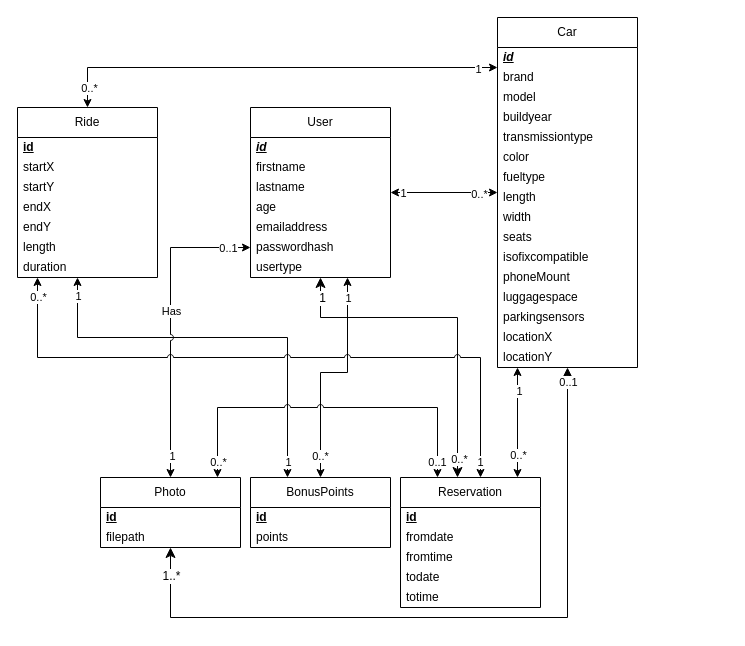
Earlier version of the draw.io diagram documents/ERD/LEAFCAR-ERD.drawio (RubenLeenknegt/JoyRide-API). Source tidied: cells renumbered, new cells numbered last; positions are measured from the earlier drawing's top-left corner, leaving out a move shared by most shapes. Both pictures are drawn from the tidied source at 100%, with x=0, y=0 at pixel (17, 17).
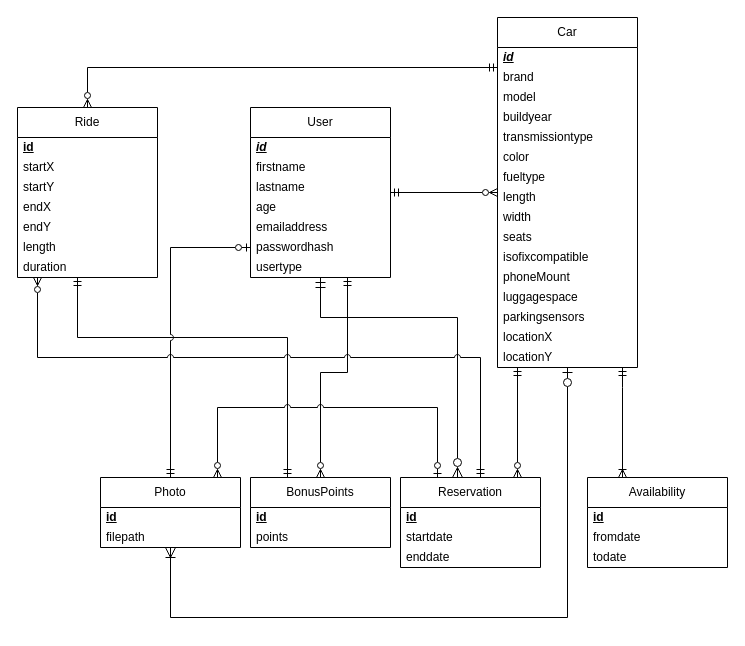
The same diagram, later.

Commit message:
LEAF-61 updated cardinality to use correct simbols and added/updated the availability table and reservation table

The change refers to these unchanged cells:
```xml
<mxCell id="5" value="Ride" style="swimlane;fontStyle=0;horizontal=1;startSize=30;whiteSpace=wrap;html=1;" parent="1" vertex="1">
  <mxGeometry y="90" width="140" height="170" as="geometry" />
</mxCell>
<mxCell id="26" value="User" style="swimlane;fontStyle=0;horizontal=1;startSize=30;whiteSpace=wrap;html=1;" parent="1" vertex="1">
  <mxGeometry x="233" y="90" width="140" height="170" as="geometry" />
</mxCell>
<mxCell id="37" value="Photo" style="swimlane;fontStyle=0;horizontal=1;startSize=30;whiteSpace=wrap;html=1;" parent="1" vertex="1">
  <mxGeometry x="83" y="460" width="140" height="70" as="geometry" />
</mxCell>
<mxCell id="40" value="BonusPoints" style="swimlane;fontStyle=0;horizontal=1;startSize=30;whiteSpace=wrap;html=1;" parent="1" vertex="1">
  <mxGeometry x="233" y="460" width="140" height="70" as="geometry" />
</mxCell>
<mxCell id="52" value="Car" style="swimlane;fontStyle=0;horizontal=1;startSize=30;whiteSpace=wrap;html=1;" parent="1" vertex="1">
  <mxGeometry x="480" width="140" height="350" as="geometry" />
</mxCell>
```

The edit, as a diff of the source:
```diff
@@
-    <mxCell id="2" style="edgeStyle=orthogonalEdgeStyle;shape=connector;rounded=0;jumpStyle=arc;jettySize=auto;html=1;strokeColor=default;align=center;verticalAlign=middle;fontFamily=Helvetica;fontSize=11;fontColor=default;labelBackgroundColor=default;startArrow=classic;startFill=1;endArrow=classic;" parent="1" edge="1" source="5" target="40">
+    <mxCell id="2" style="edgeStyle=orthogonalEdgeStyle;shape=connector;rounded=0;jumpStyle=arc;jettySize=auto;html=1;strokeColor=default;align=center;verticalAlign=middle;fontFamily=Helvetica;fontSize=11;fontColor=default;labelBackgroundColor=default;startArrow=ERmandOne;startFill=0;endArrow=ERmandOne;endFill=0;" parent="1" edge="1" source="5" target="40">
       <mxGeometry relative="1" as="geometry">
         <Array as="points">
           <mxPoint x="60" y="320" />
           <mxPoint x="270" y="320" />
         </Array>
       </mxGeometry>
     </mxCell>
-    <mxCell id="3" value="1" style="edgeLabel;html=1;align=center;verticalAlign=middle;fontFamily=Helvetica;fontSize=11;fontColor=default;labelBackgroundColor=default;" parent="2" vertex="1">
-      <mxGeometry x="-0.91" relative="1" as="geometry" />
-    </mxCell>
-    <mxCell id="4" value="1" style="edgeLabel;html=1;align=center;verticalAlign=middle;fontFamily=Helvetica;fontSize=11;fontColor=default;labelBackgroundColor=default;" parent="2" vertex="1">
-      <mxGeometry x="0.92" relative="1" as="geometry" />
-    </mxCell>
@@
-    <mxCell id="13" style="edgeStyle=orthogonalEdgeStyle;rounded=0;jettySize=auto;html=1;entryX=0.5;entryY=0;entryDx=0;entryDy=0;startArrow=classic;startFill=1;jumpStyle=arc;" parent="1" edge="1" source="26" target="37">
+    <mxCell id="13" style="edgeStyle=orthogonalEdgeStyle;rounded=0;jettySize=auto;html=1;entryX=0.5;entryY=0;entryDx=0;entryDy=0;startArrow=ERzeroToOne;startFill=0;jumpStyle=arc;endArrow=ERmandOne;endFill=0;" parent="1" edge="1" source="26" target="37">
       <mxGeometry relative="1" as="geometry">
         <Array as="points">
           <mxPoint x="153" y="230" />
         </Array>
       </mxGeometry>
     </mxCell>
-    <mxCell id="14" value="1" style="edgeLabel;html=1;align=center;verticalAlign=middle;" parent="13" vertex="1">
-      <mxGeometry x="0.86" y="1" relative="1" as="geometry" />
-    </mxCell>
-    <mxCell id="15" value="0..1" style="edgeLabel;html=1;align=center;verticalAlign=middle;" parent="13" vertex="1">
-      <mxGeometry x="-0.95" y="-1" relative="1" as="geometry">
-        <mxPoint x="-15" y="1" as="offset" />
-      </mxGeometry>
-    </mxCell>
-    <mxCell id="16" value="Has" style="edgeLabel;html=1;align=center;verticalAlign=middle;" parent="13" vertex="1">
-      <mxGeometry x="-0.08" relative="1" as="geometry" />
-    </mxCell>
-    <mxCell id="17" style="edgeStyle=orthogonalEdgeStyle;shape=connector;rounded=0;jumpStyle=arc;jettySize=auto;html=1;strokeColor=default;align=center;verticalAlign=middle;fontFamily=Helvetica;fontSize=11;fontColor=default;labelBackgroundColor=default;startArrow=classic;startFill=1;endArrow=classic;" parent="1" edge="1" source="26" target="52">
+    <mxCell id="17" style="edgeStyle=orthogonalEdgeStyle;shape=connector;rounded=0;jumpStyle=arc;jettySize=auto;html=1;strokeColor=default;align=center;verticalAlign=middle;fontFamily=Helvetica;fontSize=11;fontColor=default;labelBackgroundColor=default;startArrow=ERmandOne;startFill=0;endArrow=ERzeroToMany;endFill=0;" parent="1" edge="1" source="26" target="52">
       <mxGeometry relative="1" as="geometry" />
     </mxCell>
-    <mxCell id="18" value="1" style="edgeLabel;html=1;align=center;verticalAlign=middle;fontFamily=Helvetica;fontSize=11;fontColor=default;labelBackgroundColor=default;" parent="17" vertex="1">
-      <mxGeometry x="-0.77" relative="1" as="geometry" />
-    </mxCell>
-    <mxCell id="19" value="0..*" style="edgeLabel;html=1;align=center;verticalAlign=middle;fontFamily=Helvetica;fontSize=11;fontColor=default;labelBackgroundColor=default;" parent="17" vertex="1">
-      <mxGeometry x="0.78" y="-1" relative="1" as="geometry">
-        <mxPoint x="-7" as="offset" />
-      </mxGeometry>
-    </mxCell>
-    <mxCell id="20" style="edgeStyle=orthogonalEdgeStyle;shape=connector;rounded=0;jumpStyle=arc;jettySize=auto;html=1;entryX=0.5;entryY=0;entryDx=0;entryDy=0;strokeColor=default;align=center;verticalAlign=middle;fontFamily=Helvetica;fontSize=11;fontColor=default;labelBackgroundColor=default;startArrow=classic;startFill=1;endArrow=classic;" parent="1" edge="1" source="26" target="40">
+    <mxCell id="20" style="edgeStyle=orthogonalEdgeStyle;shape=connector;rounded=0;jumpStyle=arc;jettySize=auto;html=1;entryX=0.5;entryY=0;entryDx=0;entryDy=0;strokeColor=default;align=center;verticalAlign=middle;fontFamily=Helvetica;fontSize=11;fontColor=default;labelBackgroundColor=default;startArrow=ERmandOne;startFill=0;endArrow=ERzeroToMany;endFill=0;" parent="1" edge="1" source="26" target="40">
       <mxGeometry relative="1" as="geometry">
         <Array as="points">
           <mxPoint x="330" y="355" />
           <mxPoint x="303" y="355" />
         </Array>
       </mxGeometry>
     </mxCell>
-    <mxCell id="21" value="1" style="edgeLabel;html=1;align=center;verticalAlign=middle;fontFamily=Helvetica;fontSize=11;fontColor=default;labelBackgroundColor=default;" parent="20" vertex="1">
-      <mxGeometry x="-0.82" relative="1" as="geometry" />
-    </mxCell>
-    <mxCell id="22" value="0..*" style="edgeLabel;html=1;align=center;verticalAlign=middle;fontFamily=Helvetica;fontSize=11;fontColor=default;labelBackgroundColor=default;" parent="20" vertex="1">
-      <mxGeometry x="0.81" y="-1" relative="1" as="geometry" />
-    </mxCell>
-    <mxCell id="23" style="edgeStyle=orthogonalEdgeStyle;rounded=0;jettySize=auto;html=1;fontSize=12;startSize=8;endSize=8;startArrow=classic;startFill=1;" parent="1" edge="1" source="26" target="72">
+    <mxCell id="23" style="edgeStyle=orthogonalEdgeStyle;rounded=0;jettySize=auto;html=1;fontSize=12;startSize=8;endSize=8;startArrow=ERmandOne;startFill=0;endArrow=ERzeroToMany;endFill=0;" parent="1" edge="1" source="26" target="72">
       <mxGeometry relative="1" as="geometry">
         <Array as="points">
           <mxPoint x="303" y="300" />
           <mxPoint x="440" y="300" />
         </Array>
       </mxGeometry>
     </mxCell>
-    <mxCell id="24" value="0..*" style="edgeLabel;html=1;align=center;verticalAlign=middle;fontSize=11;fontFamily=Helvetica;fontColor=default;labelBackgroundColor=default;fillColor=none;gradientColor=none;" parent="23" vertex="1">
-      <mxGeometry x="0.89" y="1" relative="1" as="geometry" />
-    </mxCell>
-    <mxCell id="25" value="1" style="edgeLabel;html=1;align=center;verticalAlign=middle;fontSize=12;fontFamily=Helvetica;fontColor=default;labelBackgroundColor=default;" parent="23" vertex="1">
-      <mxGeometry x="-0.88" y="1" relative="1" as="geometry" />
-    </mxCell>
@@
-    <mxCell id="34" style="edgeStyle=orthogonalEdgeStyle;shape=connector;rounded=0;jumpStyle=arc;jettySize=auto;html=1;strokeColor=default;align=center;verticalAlign=middle;fontFamily=Helvetica;fontSize=11;fontColor=default;labelBackgroundColor=default;startArrow=classic;startFill=1;endArrow=classic;" parent="1" edge="1" source="37" target="72">
+    <mxCell id="34" style="edgeStyle=orthogonalEdgeStyle;shape=connector;rounded=0;jumpStyle=arc;jettySize=auto;html=1;strokeColor=default;align=center;verticalAlign=middle;fontFamily=Helvetica;fontSize=11;fontColor=default;labelBackgroundColor=default;startArrow=ERzeroToMany;startFill=0;endArrow=ERzeroToOne;endFill=0;" parent="1" edge="1" source="37" target="72">
       <mxGeometry relative="1" as="geometry">
         <Array as="points">
           <mxPoint x="200" y="390" />
           <mxPoint x="420" y="390" />
         </Array>
       </mxGeometry>
     </mxCell>
-    <mxCell id="35" value="0..*" style="edgeLabel;html=1;align=center;verticalAlign=middle;fontFamily=Helvetica;fontSize=11;fontColor=default;labelBackgroundColor=default;" parent="34" vertex="1">
-      <mxGeometry x="-0.91" relative="1" as="geometry" />
-    </mxCell>
-    <mxCell id="36" value="0..1" style="edgeLabel;html=1;align=center;verticalAlign=middle;fontFamily=Helvetica;fontSize=11;fontColor=default;labelBackgroundColor=default;" parent="34" vertex="1">
-      <mxGeometry x="0.91" y="-1" relative="1" as="geometry" />
-    </mxCell>
@@
-    <mxCell id="43" style="edgeStyle=orthogonalEdgeStyle;shape=connector;rounded=0;jumpStyle=arc;jettySize=auto;html=1;strokeColor=default;align=center;verticalAlign=middle;fontFamily=Helvetica;fontSize=11;fontColor=default;labelBackgroundColor=default;startArrow=classic;startFill=1;endArrow=classic;" parent="1" edge="1" source="52" target="5">
+    <mxCell id="43" style="edgeStyle=orthogonalEdgeStyle;shape=connector;rounded=0;jumpStyle=arc;jettySize=auto;html=1;strokeColor=default;align=center;verticalAlign=middle;fontFamily=Helvetica;fontSize=11;fontColor=default;labelBackgroundColor=default;startArrow=ERmandOne;startFill=0;endArrow=ERzeroToMany;endFill=0;" parent="1" edge="1" source="52" target="5">
       <mxGeometry relative="1" as="geometry">
         <Array as="points">
           <mxPoint x="70" y="50" />
         </Array>
       </mxGeometry>
     </mxCell>
-    <mxCell id="44" value="1" style="edgeLabel;html=1;align=center;verticalAlign=middle;fontFamily=Helvetica;fontSize=11;fontColor=default;labelBackgroundColor=default;" parent="43" vertex="1">
-      <mxGeometry x="-0.91" y="1" relative="1" as="geometry" />
-    </mxCell>
-    <mxCell id="45" value="0..*" style="edgeLabel;html=1;align=center;verticalAlign=middle;fontFamily=Helvetica;fontSize=11;fontColor=default;labelBackgroundColor=default;" parent="43" vertex="1">
-      <mxGeometry x="0.91" y="1" relative="1" as="geometry" />
-    </mxCell>
-    <mxCell id="46" style="edgeStyle=orthogonalEdgeStyle;shape=connector;rounded=0;jumpStyle=arc;jettySize=auto;html=1;strokeColor=default;align=center;verticalAlign=middle;fontFamily=Helvetica;fontSize=11;fontColor=default;labelBackgroundColor=default;startArrow=classic;startFill=1;endArrow=classic;" parent="1" edge="1" source="52" target="72">
+    <mxCell id="46" style="edgeStyle=orthogonalEdgeStyle;shape=connector;rounded=0;jumpStyle=arc;jettySize=auto;html=1;strokeColor=default;align=center;verticalAlign=middle;fontFamily=Helvetica;fontSize=11;fontColor=default;labelBackgroundColor=default;startArrow=ERmandOne;startFill=0;endArrow=ERzeroToMany;endFill=0;" parent="1" edge="1" source="52" target="72">
       <mxGeometry relative="1" as="geometry">
         <Array as="points">
           <mxPoint x="500" y="440" />
           <mxPoint x="500" y="440" />
         </Array>
       </mxGeometry>
     </mxCell>
-    <mxCell id="47" value="0..*" style="edgeLabel;html=1;align=center;verticalAlign=middle;fontFamily=Helvetica;fontSize=11;fontColor=default;labelBackgroundColor=default;" parent="46" vertex="1">
-      <mxGeometry x="0.78" y="1" relative="1" as="geometry">
-        <mxPoint x="-1" y="-11" as="offset" />
-      </mxGeometry>
-    </mxCell>
-    <mxCell id="48" value="1" style="edgeLabel;html=1;align=center;verticalAlign=middle;fontFamily=Helvetica;fontSize=11;fontColor=default;labelBackgroundColor=default;" parent="46" vertex="1">
-      <mxGeometry x="-0.8" y="1" relative="1" as="geometry">
-        <mxPoint y="12" as="offset" />
-      </mxGeometry>
-    </mxCell>
-    <mxCell id="49" style="edgeStyle=orthogonalEdgeStyle;rounded=0;jettySize=auto;html=1;fontSize=12;startSize=8;endSize=8;startArrow=classic;startFill=1;" parent="1" edge="1" source="52" target="37">
+    <mxCell id="49" style="edgeStyle=orthogonalEdgeStyle;rounded=0;jettySize=auto;html=1;fontSize=12;startSize=8;endSize=8;startArrow=ERzeroToOne;startFill=0;endArrow=ERoneToMany;endFill=0;" parent="1" edge="1" source="52" target="37">
       <mxGeometry relative="1" as="geometry">
         <Array as="points">
           <mxPoint x="550" y="600" />
           <mxPoint x="153" y="600" />
         </Array>
       </mxGeometry>
     </mxCell>
-    <mxCell id="50" value="1..*" style="edgeLabel;html=1;align=center;verticalAlign=middle;fontSize=12;" parent="49" vertex="1">
-      <mxGeometry x="0.96" relative="1" as="geometry">
-        <mxPoint y="14" as="offset" />
-      </mxGeometry>
-    </mxCell>
-    <mxCell id="51" value="0..1" style="edgeLabel;html=1;align=center;verticalAlign=middle;fontSize=11;fontFamily=Helvetica;fontColor=default;labelBackgroundColor=default;fillColor=none;gradientColor=none;" parent="49" vertex="1">
-      <mxGeometry x="-0.96" relative="1" as="geometry" />
-    </mxCell>
@@
-    <mxCell id="69" style="edgeStyle=orthogonalEdgeStyle;shape=connector;rounded=0;jumpStyle=arc;jettySize=auto;html=1;strokeColor=default;align=center;verticalAlign=middle;fontFamily=Helvetica;fontSize=11;fontColor=default;labelBackgroundColor=default;startArrow=classic;startFill=1;endArrow=classic;" parent="1" edge="1" source="72" target="5">
+    <mxCell id="69" style="edgeStyle=orthogonalEdgeStyle;shape=connector;rounded=0;jumpStyle=arc;jettySize=auto;html=1;strokeColor=default;align=center;verticalAlign=middle;fontFamily=Helvetica;fontSize=11;fontColor=default;labelBackgroundColor=default;startArrow=ERmandOne;startFill=0;endArrow=ERzeroToMany;endFill=0;" parent="1" edge="1" source="72" target="5">
       <mxGeometry relative="1" as="geometry">
         <Array as="points">
           <mxPoint x="463" y="340" />
           <mxPoint x="20" y="340" />
         </Array>
       </mxGeometry>
     </mxCell>
-    <mxCell id="70" value="1" style="edgeLabel;html=1;align=center;verticalAlign=middle;fontFamily=Helvetica;fontSize=11;fontColor=default;labelBackgroundColor=default;" parent="69" vertex="1">
-      <mxGeometry x="-0.95" y="1" relative="1" as="geometry" />
-    </mxCell>
-    <mxCell id="71" value="0..*" style="edgeLabel;html=1;align=center;verticalAlign=middle;fontFamily=Helvetica;fontSize=11;fontColor=default;labelBackgroundColor=default;" parent="69" vertex="1">
-      <mxGeometry x="0.96" relative="1" as="geometry">
-        <mxPoint y="6" as="offset" />
-      </mxGeometry>
-    </mxCell>
     <mxCell id="72" value="Reservation" style="swimlane;fontStyle=0;horizontal=1;startSize=30;whiteSpace=wrap;html=1;" parent="1" vertex="1">
-      <mxGeometry x="383" y="460" width="140" height="130" as="geometry" />
+      <mxGeometry x="383" y="460" width="140" height="90" as="geometry" />
     </mxCell>
@@
-    <mxCell id="74" value="fromdate" style="text;strokeColor=none;fillColor=none;align=left;verticalAlign=middle;spacingLeft=4;spacingRight=4;overflow=hidden;whiteSpace=wrap;html=1;" parent="72" vertex="1">
+    <mxCell id="74" value="startdate" style="text;strokeColor=none;fillColor=none;align=left;verticalAlign=middle;spacingLeft=4;spacingRight=4;overflow=hidden;whiteSpace=wrap;html=1;" parent="72" vertex="1">
       <mxGeometry y="50" width="140" height="20" as="geometry" />
     </mxCell>
-    <mxCell id="75" value="fromtime" style="text;strokeColor=none;fillColor=none;align=left;verticalAlign=middle;spacingLeft=4;spacingRight=4;overflow=hidden;whiteSpace=wrap;html=1;" parent="72" vertex="1">
-      <mxGeometry y="70" width="140" height="20" as="geometry" />
-    </mxCell>
-    <mxCell id="76" value="todate" style="text;strokeColor=none;fillColor=none;align=left;verticalAlign=middle;spacingLeft=4;spacingRight=4;overflow=hidden;whiteSpace=wrap;html=1;" parent="72" vertex="1">
-      <mxGeometry y="90" width="140" height="20" as="geometry" />
+    <mxCell id="76" value="enddate" style="text;strokeColor=none;fillColor=none;align=left;verticalAlign=middle;spacingLeft=4;spacingRight=4;overflow=hidden;whiteSpace=wrap;html=1;" parent="72" vertex="1">
+      <mxGeometry y="70" width="140" height="20" as="geometry" />
     </mxCell>
-    <mxCell id="77" value="totime" style="text;strokeColor=none;fillColor=none;align=left;verticalAlign=middle;spacingLeft=4;spacingRight=4;overflow=hidden;whiteSpace=wrap;html=1;" parent="72" vertex="1">
-      <mxGeometry y="110" width="140" height="20" as="geometry" />
-    </mxCell>
+    <mxCell id="78" style="edgeStyle=orthogonalEdgeStyle;rounded=0;jettySize=auto;html=1;exitX=0.25;exitY=0;exitDx=0;exitDy=0;endArrow=ERmandOne;endFill=0;startArrow=ERoneToMany;startFill=0;" parent="1" edge="1" source="79" target="52">
+      <mxGeometry relative="1" as="geometry">
+        <Array as="points">
+          <mxPoint x="605" y="370" />
+          <mxPoint x="605" y="370" />
+        </Array>
+      </mxGeometry>
+    </mxCell>
+    <mxCell id="79" value="Availability" style="swimlane;fontStyle=0;horizontal=1;startSize=30;whiteSpace=wrap;html=1;" parent="1" vertex="1">
+      <mxGeometry x="570" y="460" width="140" height="90" as="geometry" />
+    </mxCell>
+    <mxCell id="80" value="&lt;b&gt;&lt;u&gt;id&lt;/u&gt;&lt;/b&gt;" style="text;strokeColor=none;fillColor=none;align=left;verticalAlign=middle;spacingLeft=4;spacingRight=4;overflow=hidden;whiteSpace=wrap;html=1;" parent="79" vertex="1">
+      <mxGeometry y="30" width="140" height="20" as="geometry" />
+    </mxCell>
+    <mxCell id="81" value="fromdate" style="text;strokeColor=none;fillColor=none;align=left;verticalAlign=middle;spacingLeft=4;spacingRight=4;overflow=hidden;whiteSpace=wrap;html=1;" parent="79" vertex="1">
+      <mxGeometry y="50" width="140" height="20" as="geometry" />
+    </mxCell>
+    <mxCell id="82" value="todate" style="text;strokeColor=none;fillColor=none;align=left;verticalAlign=middle;spacingLeft=4;spacingRight=4;overflow=hidden;whiteSpace=wrap;html=1;" parent="79" vertex="1">
+      <mxGeometry y="70" width="140" height="20" as="geometry" />
+    </mxCell>
```
